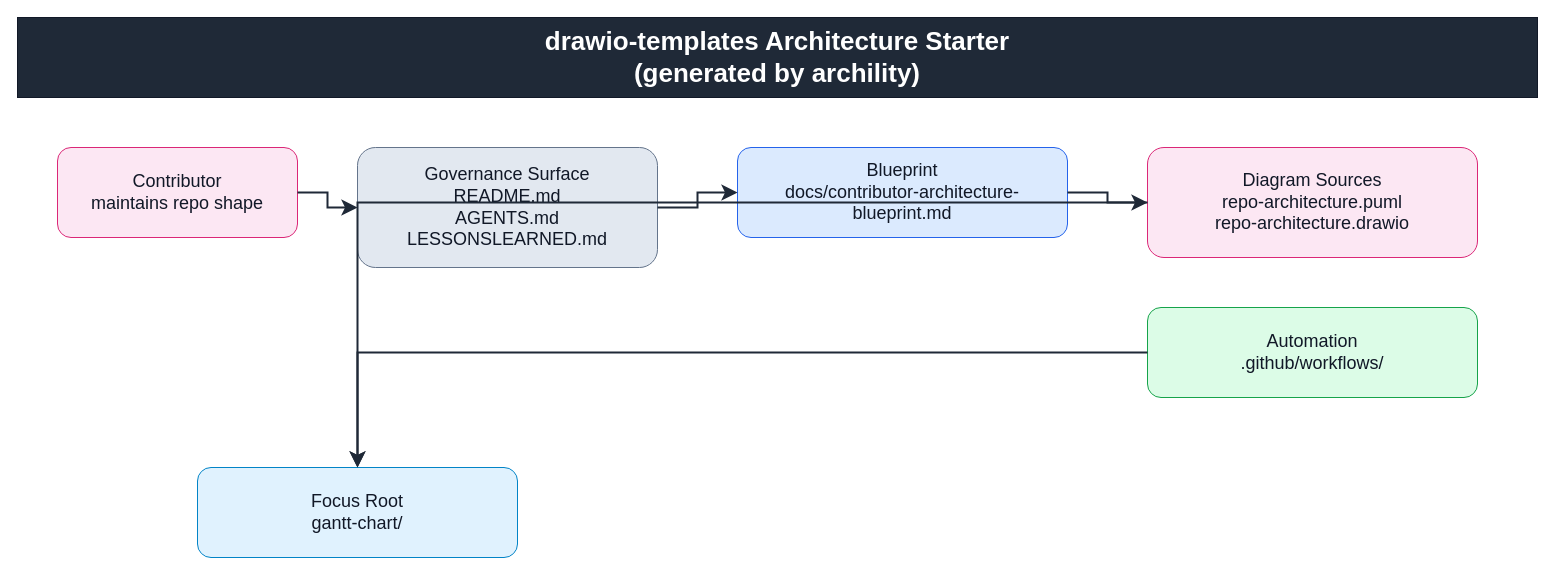
The draw.io diagram docs/diagrams/repo-architecture.drawio in casonk/drawio-templates, before the edit. Source tidied: cells renumbered, new cells numbered last; positions are measured from the earlier drawing's top-left corner, leaving out a move shared by most shapes. Both pictures are drawn from the tidied source at 100%, with x=0, y=0 at pixel (17, 17).
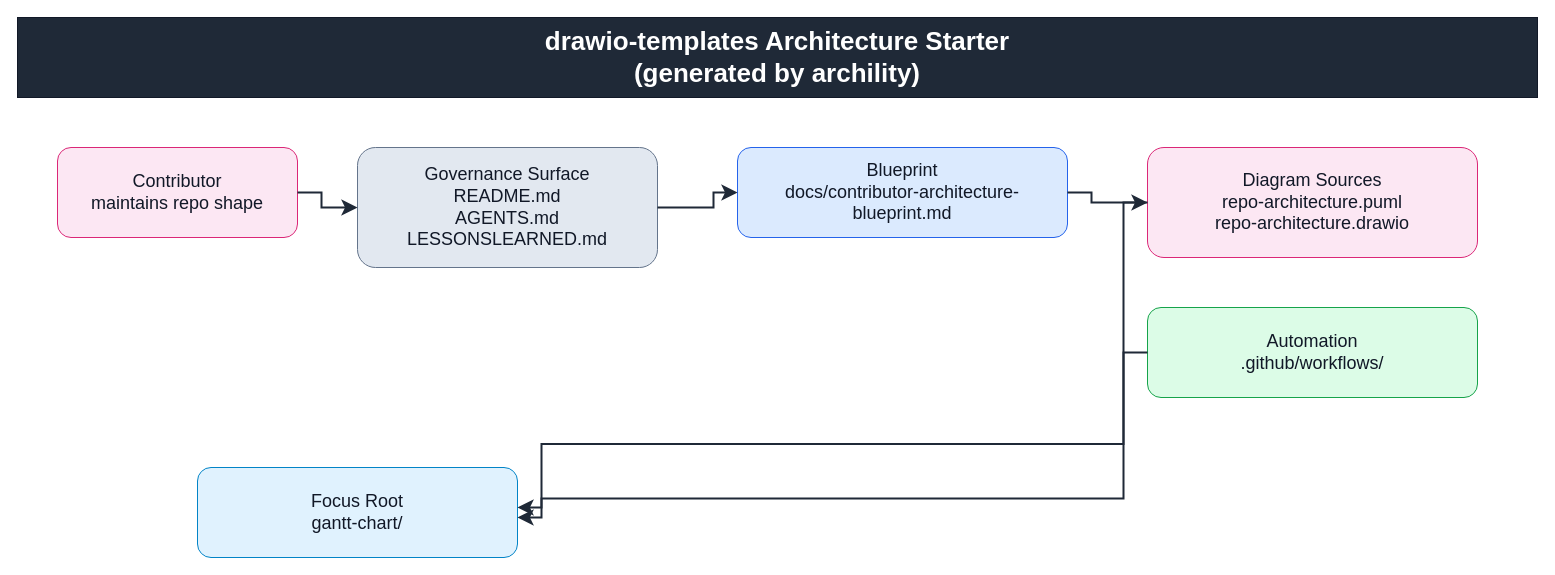
Above is the later version.

Commit message (it also covers changes not shown here):
fix: refresh drawio architecture routes

Unchanged cells that the change refers to:
```xml
<mxCell id="3" value="Contributor&#10;maintains repo shape" style="rounded=1;whiteSpace=wrap;html=0;fillColor=#FCE7F3;strokeColor=#DB2777;fontColor=#111827;fontSize=18;align=center;verticalAlign=middle;spacing=8;" parent="1" vertex="1">
  <mxGeometry x="40" y="130" width="240" height="90" as="geometry" />
</mxCell>
<mxCell id="4" value="Governance Surface&#10;README.md&#10;AGENTS.md&#10;LESSONSLEARNED.md" style="rounded=1;whiteSpace=wrap;html=0;fillColor=#E2E8F0;strokeColor=#64748B;fontColor=#111827;fontSize=18;align=center;verticalAlign=middle;spacing=8;" parent="1" vertex="1">
  <mxGeometry x="340" y="130" width="300" height="120" as="geometry" />
</mxCell>
<mxCell id="5" value="Blueprint&#10; docs/contributor-architecture-blueprint.md" style="rounded=1;whiteSpace=wrap;html=0;fillColor=#DBEAFE;strokeColor=#2563EB;fontColor=#111827;fontSize=18;align=center;verticalAlign=middle;spacing=8;" parent="1" vertex="1">
  <mxGeometry x="720" y="130" width="330" height="90" as="geometry" />
</mxCell>
<mxCell id="6" value="Diagram Sources&#10;repo-architecture.puml&#10;repo-architecture.drawio" style="rounded=1;whiteSpace=wrap;html=0;fillColor=#FCE7F3;strokeColor=#DB2777;fontColor=#111827;fontSize=18;align=center;verticalAlign=middle;spacing=8;" parent="1" vertex="1">
  <mxGeometry x="1130" y="130" width="330" height="110" as="geometry" />
</mxCell>
<mxCell id="7" value="Automation&#10;.github/workflows/" style="rounded=1;whiteSpace=wrap;html=0;fillColor=#DCFCE7;strokeColor=#16A34A;fontColor=#111827;fontSize=18;align=center;verticalAlign=middle;spacing=8;" parent="1" vertex="1">
  <mxGeometry x="1130" y="290" width="330" height="90" as="geometry" />
</mxCell>
<mxCell id="8" value="Focus Root&#10;gantt-chart/" style="rounded=1;whiteSpace=wrap;html=0;fillColor=#E0F2FE;strokeColor=#0284C7;fontColor=#111827;fontSize=18;align=center;verticalAlign=middle;spacing=8;" parent="1" vertex="1">
  <mxGeometry x="180" y="450" width="320" height="90" as="geometry" />
</mxCell>
```

Change to the diagram source:
```diff
@@
-    <mxCell id="9" style="rounded=0;html=0;strokeColor=#1F2937;edgeStyle=orthogonalEdgeStyle;jettySize=12;endArrow=classic;endFill=1;endSize=10;strokeWidth=2;" parent="1" edge="1" source="3" target="4">
-      <mxGeometry relative="1" as="geometry" />
+    <mxCell id="9" style="rounded=0;html=0;strokeColor=#1F2937;edgeStyle=orthogonalEdgeStyle;jettySize=12;endArrow=classic;endFill=1;endSize=10;strokeWidth=2;jumpStyle=arc;jumpSize=10;" parent="1" edge="1" source="3" target="4">
+      <mxGeometry relative="1" as="geometry">
+        <Array as="points">
+          <mxPoint x="304" y="175" />
+          <mxPoint x="304" y="190" />
+          <mxPoint x="316" y="190" />
+        </Array>
+      </mxGeometry>
     </mxCell>
-    <mxCell id="10" style="rounded=0;html=0;strokeColor=#1F2937;edgeStyle=orthogonalEdgeStyle;jettySize=12;endArrow=classic;endFill=1;endSize=10;strokeWidth=2;" parent="1" edge="1" source="4" target="5">
-      <mxGeometry relative="1" as="geometry" />
+    <mxCell id="10" style="rounded=0;html=0;strokeColor=#1F2937;edgeStyle=orthogonalEdgeStyle;jettySize=12;endArrow=classic;endFill=1;endSize=10;strokeWidth=2;jumpStyle=arc;jumpSize=10;" parent="1" edge="1" source="4" target="5">
+      <mxGeometry relative="1" as="geometry">
+        <Array as="points">
+          <mxPoint x="664" y="190" />
+          <mxPoint x="696" y="190" />
+          <mxPoint x="696" y="175" />
+        </Array>
+      </mxGeometry>
     </mxCell>
-    <mxCell id="11" style="rounded=0;html=0;strokeColor=#1F2937;edgeStyle=orthogonalEdgeStyle;jettySize=12;endArrow=classic;endFill=1;endSize=10;strokeWidth=2;" parent="1" edge="1" source="5" target="6">
-      <mxGeometry relative="1" as="geometry" />
+    <mxCell id="11" style="rounded=0;html=0;strokeColor=#1F2937;edgeStyle=orthogonalEdgeStyle;jettySize=12;endArrow=classic;endFill=1;endSize=10;strokeWidth=2;jumpStyle=arc;jumpSize=10;" parent="1" edge="1" source="5" target="6">
+      <mxGeometry relative="1" as="geometry">
+        <Array as="points">
+          <mxPoint x="1074" y="175" />
+          <mxPoint x="1074" y="185" />
+          <mxPoint x="1106" y="185" />
+        </Array>
+      </mxGeometry>
     </mxCell>
-    <mxCell id="12" style="rounded=0;html=0;strokeColor=#1F2937;edgeStyle=orthogonalEdgeStyle;jettySize=12;endArrow=classic;endFill=1;endSize=10;strokeWidth=2;" parent="1" edge="1" source="6" target="8">
-      <mxGeometry relative="1" as="geometry" />
+    <mxCell id="12" style="rounded=0;html=0;strokeColor=#1F2937;edgeStyle=orthogonalEdgeStyle;jettySize=12;endArrow=classic;endFill=1;endSize=10;strokeWidth=2;jumpStyle=arc;jumpSize=10;" parent="1" edge="1" source="6" target="8">
+      <mxGeometry relative="1" as="geometry">
+        <Array as="points">
+          <mxPoint x="1106" y="185" />
+          <mxPoint x="1106" y="481" />
+          <mxPoint x="524" y="481" />
+          <mxPoint x="524" y="490" />
+        </Array>
+      </mxGeometry>
     </mxCell>
-    <mxCell id="13" style="rounded=0;html=0;strokeColor=#1F2937;edgeStyle=orthogonalEdgeStyle;jettySize=12;endArrow=classic;endFill=1;endSize=10;strokeWidth=2;" parent="1" edge="1" source="7" target="8">
-      <mxGeometry relative="1" as="geometry" />
+    <mxCell id="13" style="rounded=0;html=0;strokeColor=#1F2937;edgeStyle=orthogonalEdgeStyle;jettySize=12;endArrow=classic;endFill=1;endSize=10;strokeWidth=2;jumpStyle=arc;jumpSize=10;" parent="1" edge="1" source="7" target="8">
+      <mxGeometry relative="1" as="geometry">
+        <Array as="points">
+          <mxPoint x="1106" y="335" />
+          <mxPoint x="1106" y="426.5" />
+          <mxPoint x="524" y="426.5" />
+          <mxPoint x="524" y="500" />
+        </Array>
+      </mxGeometry>
     </mxCell>
```
